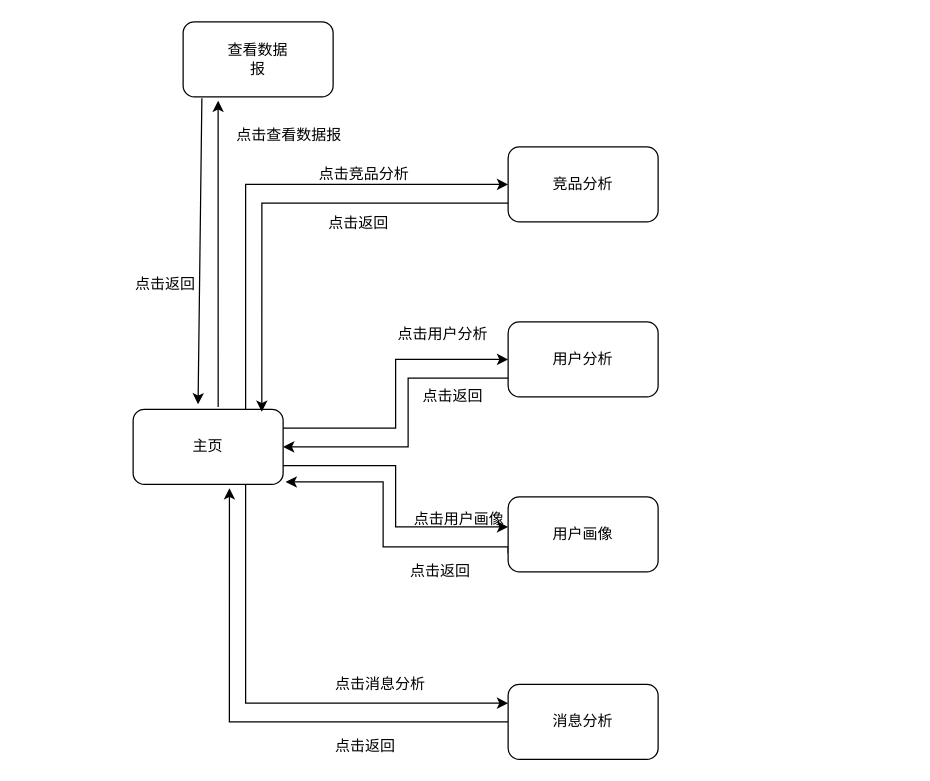
Before: 1-SoftwareRequirements/DataAnalysis/da_state_transition.drawio in zan-press/diagram, a draw.io diagram. Source tidied: cells renumbered, new cells numbered last; positions are measured from the earlier drawing's top-left corner, leaving out a move shared by most shapes. Both pictures are drawn from the tidied source at 125%, with x=0, y=0 at pixel (132, 21).
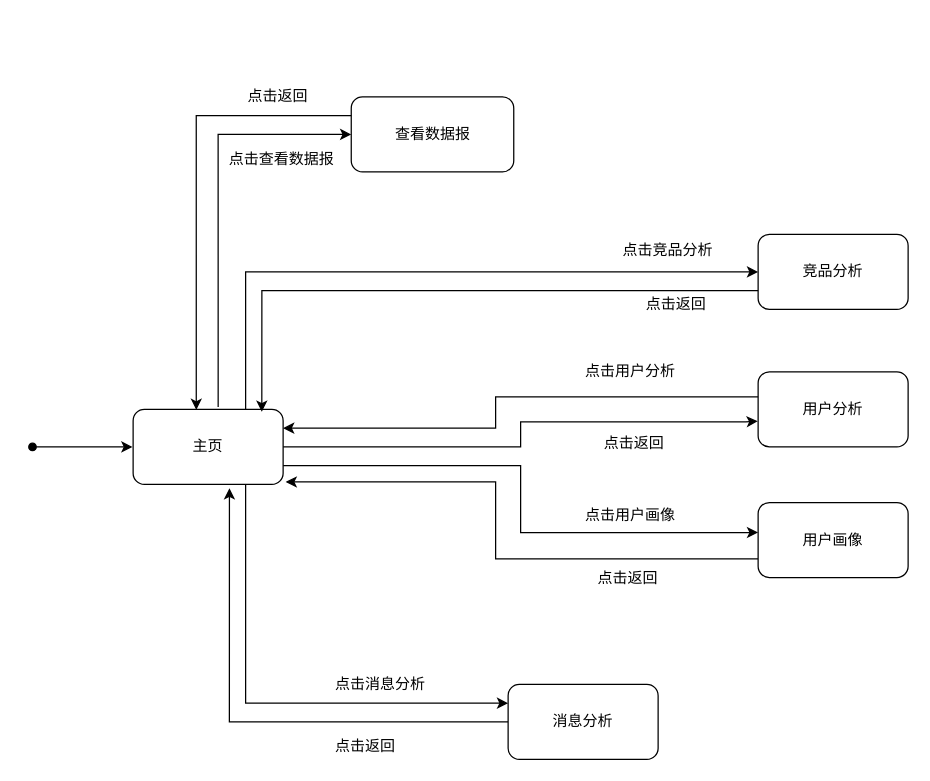
Above is the later version.

Unchanged cells that the change refers to:
```xml
<mxCell id="3" style="rounded=1;whiteSpace=wrap;html=1;" parent="2" vertex="1">
  <mxGeometry width="120" height="60" as="geometry" />
</mxCell>
<mxCell id="9" style="rounded=1;whiteSpace=wrap;html=1;" parent="8" vertex="1">
  <mxGeometry width="120" height="60" as="geometry" />
</mxCell>
<mxCell id="22" style="edgeStyle=orthogonalEdgeStyle;rounded=0;jettySize=auto;html=1;exitX=0;exitY=0.75;exitDx=0;exitDy=0;entryX=0.858;entryY=0.033;entryDx=0;entryDy=0;entryPerimeter=0;" parent="1" edge="1" source="6" target="3">
  <mxGeometry relative="1" as="geometry" />
</mxCell>
```

What changed in the source:
```diff
@@
     <mxCell id="5" style="group;" parent="1" vertex="1">
-      <mxGeometry x="300" y="100" width="120" height="60" as="geometry" />
+      <mxGeometry x="500" y="170" width="120" height="60" as="geometry" />
     </mxCell>
@@
     <mxCell id="8" style="group;" parent="1" vertex="1">
-      <mxGeometry x="300" y="240" width="120" height="60" as="geometry" />
+      <mxGeometry x="500" y="280" width="120" height="60" as="geometry" />
     </mxCell>
@@
     <mxCell id="11" style="edgeStyle=orthogonalEdgeStyle;rounded=0;jettySize=auto;html=1;exitX=0;exitY=0.75;exitDx=0;exitDy=0;entryX=1.017;entryY=0.967;entryDx=0;entryDy=0;entryPerimeter=0;" parent="1" edge="1" source="12" target="3">
       <mxGeometry relative="1" as="geometry">
         <Array as="points">
-          <mxPoint x="300" y="420" />
-          <mxPoint x="200" y="420" />
-          <mxPoint x="200" y="368" />
+          <mxPoint x="290" y="429" />
+          <mxPoint x="290" y="368" />
         </Array>
       </mxGeometry>
     </mxCell>
     <mxCell id="12" style="rounded=1;whiteSpace=wrap;html=1;" parent="1" vertex="1">
-      <mxGeometry x="300" y="380" width="120" height="60" as="geometry" />
+      <mxGeometry x="500" y="384.5" width="120" height="60" as="geometry" />
     </mxCell>
     <mxCell id="13" value="用户画像" style="text;html=1;strokeColor=none;fillColor=none;align=center;verticalAlign=middle;whiteSpace=wrap;rounded=0;" parent="1" vertex="1">
-      <mxGeometry x="335" y="400" width="50" height="20" as="geometry" />
+      <mxGeometry x="535" y="404.5" width="50" height="20" as="geometry" />
     </mxCell>
@@
     <mxCell id="17" style="group;" parent="1" vertex="1">
-      <mxGeometry x="40" width="120" height="60" as="geometry" />
+      <mxGeometry x="174.5" y="60" width="130" height="60" as="geometry" />
     </mxCell>
     <mxCell id="18" style="rounded=1;whiteSpace=wrap;html=1;" parent="17" vertex="1">
-      <mxGeometry width="120" height="60" as="geometry" />
+      <mxGeometry width="130" height="60" as="geometry" />
     </mxCell>
     <mxCell id="19" value="查看数据报" style="text;html=1;strokeColor=none;fillColor=none;align=center;verticalAlign=middle;whiteSpace=wrap;rounded=0;" parent="17" vertex="1">
-      <mxGeometry x="35" y="20" width="50" height="20" as="geometry" />
+      <mxGeometry x="30" y="20" width="70" height="20" as="geometry" />
     </mxCell>
@@
     <mxCell id="21" value="点击竞品分析" style="text;html=1;align=left;verticalAlign=top;spacingTop=-4;" parent="1" vertex="1">
-      <mxGeometry x="147" y="112" width="90" height="20" as="geometry" />
+      <mxGeometry x="390" y="173" width="90" height="20" as="geometry" />
     </mxCell>
@@
     <mxCell id="23" value="点击返回" style="text;html=1;align=center;verticalAlign=middle;labelBackgroundColor=#ffffff;" parent="22" vertex="1">
       <mxGeometry x="-0.32" y="4" relative="1" as="geometry">
-        <mxPoint x="3" y="11" as="offset" />
+        <mxPoint x="101.5" y="6.5" as="offset" />
       </mxGeometry>
     </mxCell>
-    <mxCell id="24" style="edgeStyle=orthogonalEdgeStyle;rounded=0;jettySize=auto;html=1;exitX=1;exitY=0.25;exitDx=0;exitDy=0;entryX=0;entryY=0.5;entryDx=0;entryDy=0;" parent="1" edge="1" source="3" target="9">
-      <mxGeometry relative="1" as="geometry" />
+    <mxCell id="24" style="edgeStyle=orthogonalEdgeStyle;rounded=0;jettySize=auto;html=1;exitX=1;exitY=0.5;exitDx=0;exitDy=0;entryX=-0.002;entryY=0.658;entryDx=0;entryDy=0;entryPerimeter=0;" parent="1" edge="1" source="3" target="9">
+      <mxGeometry relative="1" as="geometry">
+        <Array as="points">
+          <mxPoint x="310" y="340" />
+          <mxPoint x="310" y="320" />
+          <mxPoint x="490" y="320" />
+          <mxPoint x="490" y="319" />
+        </Array>
+      </mxGeometry>
     </mxCell>
     <mxCell id="25" value="点击用户分析" style="text;html=1;align=left;verticalAlign=top;spacingTop=-4;" parent="1" vertex="1">
-      <mxGeometry x="210" y="240" width="90" height="20" as="geometry" />
+      <mxGeometry x="360" y="270" width="90" height="20" as="geometry" />
     </mxCell>
-    <mxCell id="26" style="edgeStyle=orthogonalEdgeStyle;rounded=0;jettySize=auto;html=1;exitX=0;exitY=0.75;exitDx=0;exitDy=0;entryX=1;entryY=0.5;entryDx=0;entryDy=0;" parent="1" edge="1" source="9" target="3">
+    <mxCell id="26" style="edgeStyle=orthogonalEdgeStyle;rounded=0;jettySize=auto;html=1;entryX=1;entryY=0.25;entryDx=0;entryDy=0;" parent="1" edge="1" target="3">
       <mxGeometry relative="1" as="geometry">
+        <mxPoint x="500" y="300" as="sourcePoint" />
         <Array as="points">
-          <mxPoint x="220" y="285" />
-          <mxPoint x="220" y="340" />
+          <mxPoint x="290" y="300" />
+          <mxPoint x="290" y="325" />
         </Array>
       </mxGeometry>
     </mxCell>
     <mxCell id="27" value="点击返回" style="text;html=1;align=left;verticalAlign=top;spacingTop=-4;" parent="1" vertex="1">
-      <mxGeometry x="230" y="290" width="60" height="20" as="geometry" />
+      <mxGeometry x="375" y="326.5" width="60" height="20" as="geometry" />
     </mxCell>
@@
     <mxCell id="29" value="点击用户画像" style="text;html=1;align=left;verticalAlign=top;spacingTop=-4;" parent="1" vertex="1">
-      <mxGeometry x="223" y="388" width="90" height="20" as="geometry" />
+      <mxGeometry x="360" y="384.5" width="90" height="20" as="geometry" />
     </mxCell>
     <mxCell id="30" value="点击返回" style="text;html=1;align=left;verticalAlign=top;spacingTop=-4;" parent="1" vertex="1">
-      <mxGeometry x="220" y="430" width="60" height="20" as="geometry" />
+      <mxGeometry x="370" y="434.5" width="60" height="20" as="geometry" />
     </mxCell>
@@
-    <mxCell id="34" style="edgeStyle=orthogonalEdgeStyle;rounded=0;jettySize=auto;html=1;exitX=0.567;exitY=-0.033;exitDx=0;exitDy=0;exitPerimeter=0;" parent="1" edge="1" source="3">
+    <mxCell id="34" style="edgeStyle=orthogonalEdgeStyle;rounded=0;jettySize=auto;html=1;exitX=0.567;exitY=-0.033;exitDx=0;exitDy=0;exitPerimeter=0;entryX=0;entryY=0.5;entryDx=0;entryDy=0;" parent="1" edge="1" source="3" target="18">
       <mxGeometry relative="1" as="geometry">
-        <mxPoint x="68" y="63" as="targetPoint" />
+        <Array as="points">
+          <mxPoint x="68" y="90" />
+        </Array>
       </mxGeometry>
     </mxCell>
     <mxCell id="35" value="点击查看数据报" style="text;html=1;align=left;verticalAlign=top;spacingTop=-4;" parent="1" vertex="1">
-      <mxGeometry x="81" y="81" width="100" height="20" as="geometry" />
+      <mxGeometry x="74.5" y="100" width="100" height="20" as="geometry" />
     </mxCell>
+    <mxCell id="37" value="点击返回" style="text;html=1;align=left;verticalAlign=top;spacingTop=-4;" parent="1" vertex="1">
+      <mxGeometry x="90" y="50" width="60" height="20" as="geometry" />
+    </mxCell>
+    <mxCell id="38" style="edgeStyle=orthogonalEdgeStyle;rounded=0;orthogonalLoop=1;jettySize=auto;html=1;entryX=0;entryY=0.5;entryDx=0;entryDy=0;startArrow=oval;startFill=1;" parent="1" edge="1">
+      <mxGeometry relative="1" as="geometry">
+        <mxPoint x="-80.5" y="340" as="sourcePoint" />
+        <mxPoint x="-0.5" y="340" as="targetPoint" />
+      </mxGeometry>
+    </mxCell>
-    <mxCell id="36" style="endArrow=classic;html=1;exitX=0.125;exitY=1.017;exitDx=0;exitDy=0;exitPerimeter=0;entryX=0.433;entryY=-0.067;entryDx=0;entryDy=0;entryPerimeter=0;" parent="1" edge="1" source="18" target="3">
+    <mxCell id="36" style="edgeStyle=orthogonalEdgeStyle;rounded=0;jettySize=auto;html=1;exitX=0;exitY=0.25;exitDx=0;exitDy=0;entryX=0.421;entryY=0.007;entryDx=0;entryDy=0;entryPerimeter=0;" parent="1" edge="1" source="18" target="3">
       <mxGeometry relative="1" as="geometry" />
     </mxCell>
-    <mxCell id="37" value="点击返回" style="text;html=1;align=left;verticalAlign=top;spacingTop=-4;" parent="1" vertex="1">
-      <mxGeometry y="200" width="60" height="20" as="geometry" />
-    </mxCell>
```
